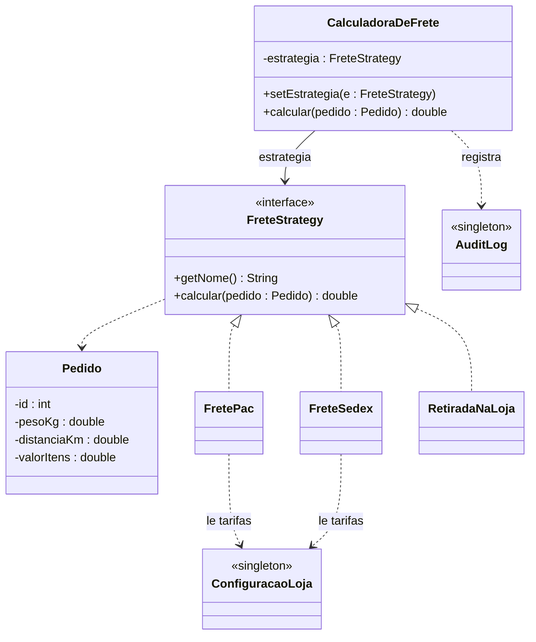
acairesm/frete-padroes keeps this Mermaid diagram as docs/diagrama2-strategy.png. Above is the earlier version. Its source is kept beside it as docs/diagrama2-strategy.mmd. Source of this version:
```mermaid
classDiagram

    class Pedido {
        -id : int
        -pesoKg : double
        -distanciaKm : double
        -valorItens : double
    }

    class FreteStrategy {
        <<interface>>
        +getNome() String
        +calcular(pedido : Pedido) double
    }

    class FretePac
    class FreteSedex
    class RetiradaNaLoja

    class CalculadoraDeFrete {
        -estrategia : FreteStrategy
        +setEstrategia(e : FreteStrategy)
        +calcular(pedido : Pedido) double
    }

    class ConfiguracaoLoja {
        <<singleton>>
    }
    class AuditLog {
        <<singleton>>
    }

    FreteStrategy <|.. FretePac
    FreteStrategy <|.. FreteSedex
    FreteStrategy <|.. RetiradaNaLoja

    CalculadoraDeFrete --> FreteStrategy : estrategia
    CalculadoraDeFrete ..> AuditLog : registra
    FretePac ..> ConfiguracaoLoja : le tarifas
    FreteSedex ..> ConfiguracaoLoja : le tarifas
    FreteStrategy ..> Pedido
```
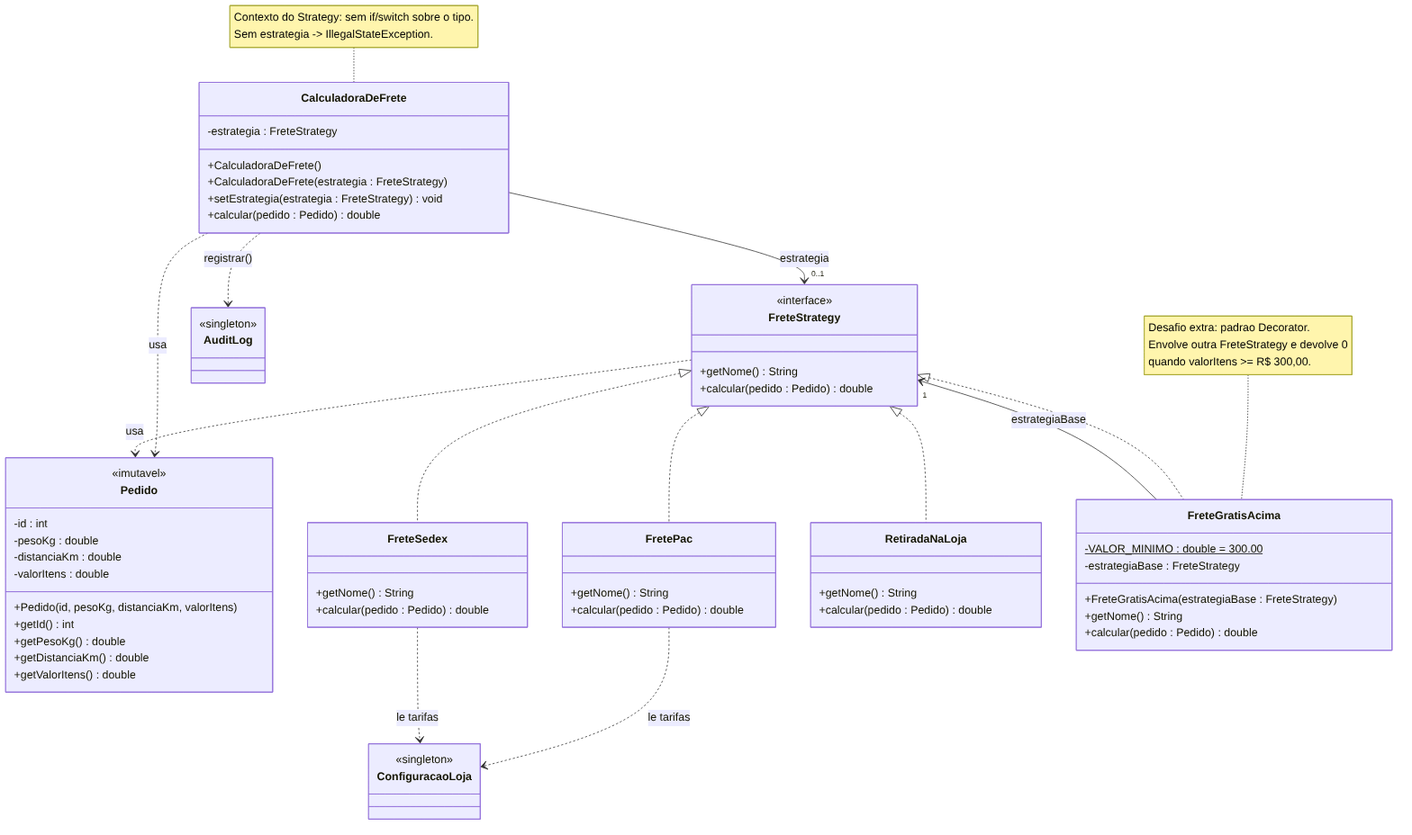
After the change.

Commit message:
docs: diagramas finais

What changed in the source:
```diff
@@ -1,10 +1,16 @@
 classDiagram
 
     class Pedido {
+        <<imutavel>>
         -id : int
         -pesoKg : double
         -distanciaKm : double
         -valorItens : double
+        +Pedido(id, pesoKg, distanciaKm, valorItens)
+        +getId() int
+        +getPesoKg() double
+        +getDistanciaKm() double
+        +getValorItens() double
     }
 
     class FreteStrategy {
@@ -13,13 +19,31 @@
         +calcular(pedido : Pedido) double
     }
 
-    class FretePac
-    class FreteSedex
-    class RetiradaNaLoja
+    class FretePac {
+        +getNome() String
+        +calcular(pedido : Pedido) double
+    }
+    class FreteSedex {
+        +getNome() String
+        +calcular(pedido : Pedido) double
+    }
+    class RetiradaNaLoja {
+        +getNome() String
+        +calcular(pedido : Pedido) double
+    }
+    class FreteGratisAcima {
+        -VALOR_MINIMO : double = 300.00$
+        -estrategiaBase : FreteStrategy
+        +FreteGratisAcima(estrategiaBase : FreteStrategy)
+        +getNome() String
+        +calcular(pedido : Pedido) double
+    }
 
     class CalculadoraDeFrete {
         -estrategia : FreteStrategy
-        +setEstrategia(e : FreteStrategy)
+        +CalculadoraDeFrete()
+        +CalculadoraDeFrete(estrategia : FreteStrategy)
+        +setEstrategia(estrategia : FreteStrategy) void
         +calcular(pedido : Pedido) double
     }
 
@@ -33,9 +57,16 @@
     FreteStrategy <|.. FretePac
     FreteStrategy <|.. FreteSedex
     FreteStrategy <|.. RetiradaNaLoja
+    FreteStrategy <|.. FreteGratisAcima
 
-    CalculadoraDeFrete --> FreteStrategy : estrategia
-    CalculadoraDeFrete ..> AuditLog : registra
+    CalculadoraDeFrete --> "0..1" FreteStrategy : estrategia
+    FreteGratisAcima --> "1" FreteStrategy : estrategiaBase
+
+    CalculadoraDeFrete ..> AuditLog : registrar()
+    CalculadoraDeFrete ..> Pedido : usa
+    FreteStrategy ..> Pedido : usa
     FretePac ..> ConfiguracaoLoja : le tarifas
     FreteSedex ..> ConfiguracaoLoja : le tarifas
-    FreteStrategy ..> Pedido
+
+    note for FreteGratisAcima "Desafio extra: padrao Decorator.<br>Envolve outra FreteStrategy e devolve 0<br>quando valorItens >= R$ 300,00."
+    note for CalculadoraDeFrete "Contexto do Strategy: sem if/switch sobre o tipo.<br>Sem estrategia -> IllegalStateException."
```
